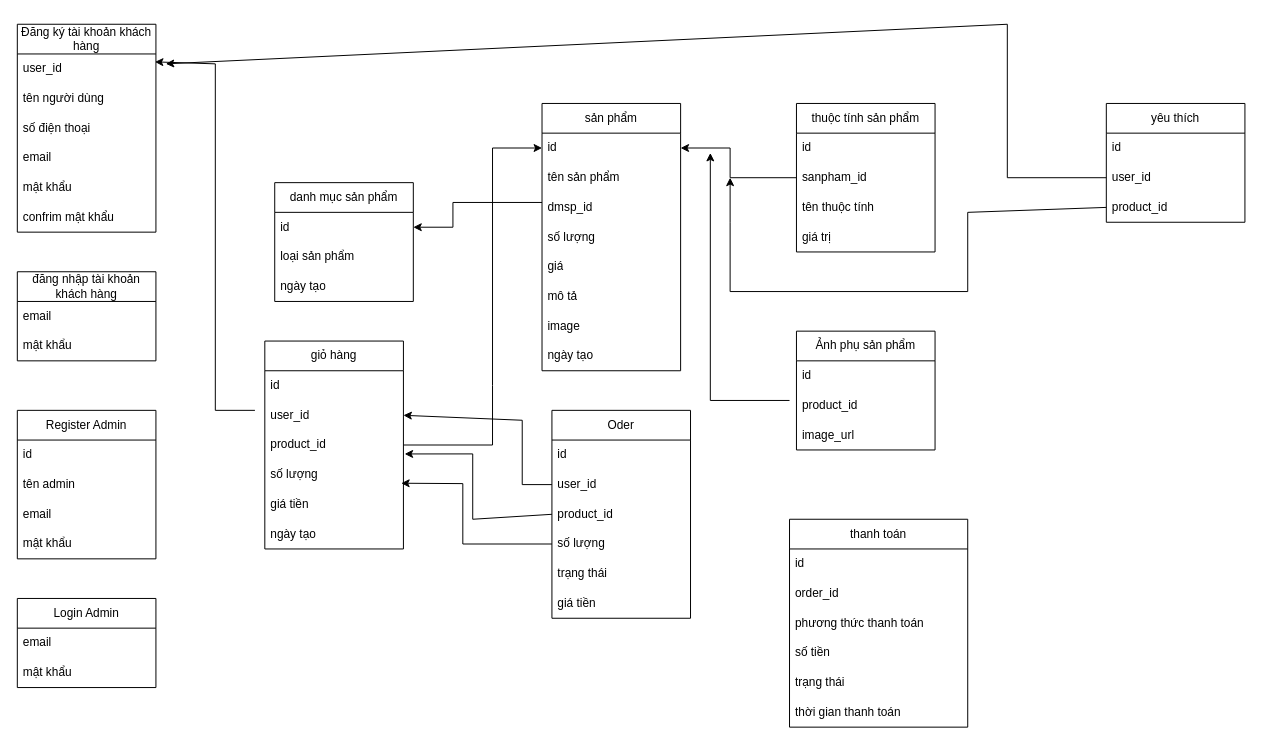
vuongnd03/black-had keeps this draw.io diagram as CsdlMobile_ecommerce.drawio. Above is the earlier version. Source tidied: cells renumbered, new cells numbered last; positions are measured from the earlier drawing's top-left corner, leaving out a move shared by most shapes. Both pictures are drawn from the tidied source at 99%, with x=0, y=0 at pixel (17, 24).
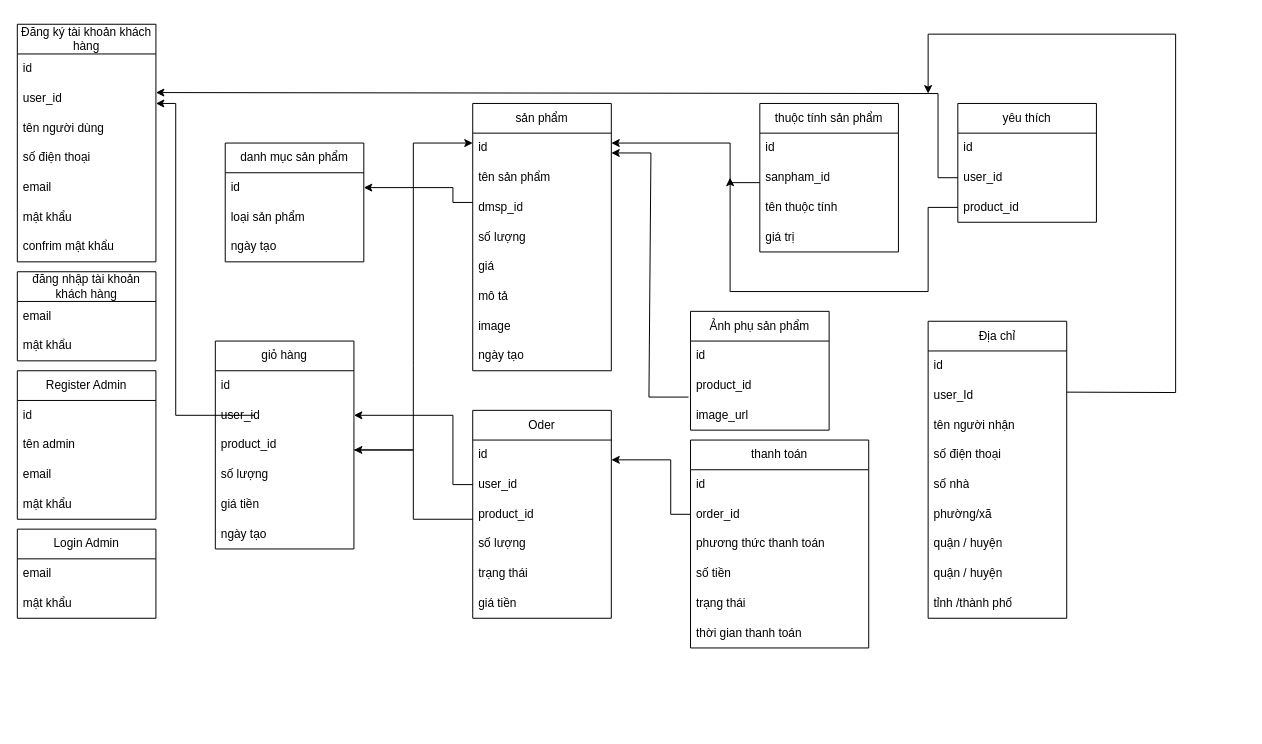
Above is the later version.

Commit message:
Cập nhật CsdlMobile_ecommerce.drawio

The change refers to these unchanged cells:
```xml
<mxCell id="18" value="id" style="text;strokeColor=none;fillColor=none;align=left;verticalAlign=middle;spacingLeft=4;spacingRight=4;overflow=hidden;points=[[0,0.5],[1,0.5]];portConstraint=eastwest;whiteSpace=wrap;html=1;" parent="17" vertex="1">
  <mxGeometry y="30" width="140" height="30" as="geometry" />
</mxCell>
<mxCell id="22" value="id" style="text;strokeColor=none;fillColor=none;align=left;verticalAlign=middle;spacingLeft=4;spacingRight=4;overflow=hidden;points=[[0,0.5],[1,0.5]];portConstraint=eastwest;whiteSpace=wrap;html=1;" parent="21" vertex="1">
  <mxGeometry y="30" width="140" height="30" as="geometry" />
</mxCell>
<mxCell id="33" value="sanpham_id" style="text;strokeColor=none;fillColor=none;align=left;verticalAlign=middle;spacingLeft=4;spacingRight=4;overflow=hidden;points=[[0,0.5],[1,0.5]];portConstraint=eastwest;whiteSpace=wrap;html=1;" parent="31" vertex="1">
  <mxGeometry y="60" width="140" height="30" as="geometry" />
</mxCell>
<mxCell id="39" value="user_id" style="text;strokeColor=none;fillColor=none;align=left;verticalAlign=middle;spacingLeft=4;spacingRight=4;overflow=hidden;points=[[0,0.5],[1,0.5]];portConstraint=eastwest;whiteSpace=wrap;html=1;" parent="37" vertex="1">
  <mxGeometry y="60" width="140" height="30" as="geometry" />
</mxCell>
<mxCell id="40" value="product_id" style="text;strokeColor=none;fillColor=none;align=left;verticalAlign=middle;spacingLeft=4;spacingRight=4;overflow=hidden;points=[[0,0.5],[1,0.5]];portConstraint=eastwest;whiteSpace=wrap;html=1;" parent="37" vertex="1">
  <mxGeometry y="90" width="140" height="30" as="geometry" />
</mxCell>
<mxCell id="41" value="số lượng" style="text;strokeColor=none;fillColor=none;align=left;verticalAlign=middle;spacingLeft=4;spacingRight=4;overflow=hidden;points=[[0,0.5],[1,0.5]];portConstraint=eastwest;whiteSpace=wrap;html=1;" parent="37" vertex="1">
  <mxGeometry y="120" width="140" height="30" as="geometry" />
</mxCell>
<mxCell id="48" value="user_id" style="text;strokeColor=none;fillColor=none;align=left;verticalAlign=middle;spacingLeft=4;spacingRight=4;overflow=hidden;points=[[0,0.5],[1,0.5]];portConstraint=eastwest;whiteSpace=wrap;html=1;" parent="46" vertex="1">
  <mxGeometry y="60" width="140" height="30" as="geometry" />
</mxCell>
<mxCell id="49" value="product_id" style="text;strokeColor=none;fillColor=none;align=left;verticalAlign=middle;spacingLeft=4;spacingRight=4;overflow=hidden;points=[[0,0.5],[1,0.5]];portConstraint=eastwest;whiteSpace=wrap;html=1;" parent="46" vertex="1">
  <mxGeometry y="90" width="140" height="30" as="geometry" />
</mxCell>
<mxCell id="50" value="số lượng" style="text;strokeColor=none;fillColor=none;align=left;verticalAlign=middle;spacingLeft=4;spacingRight=4;overflow=hidden;points=[[0,0.5],[1,0.5]];portConstraint=eastwest;whiteSpace=wrap;html=1;" parent="46" vertex="1">
  <mxGeometry y="120" width="140" height="30" as="geometry" />
</mxCell>
<mxCell id="58" value="user_id" style="text;strokeColor=none;fillColor=none;align=left;verticalAlign=middle;spacingLeft=4;spacingRight=4;overflow=hidden;points=[[0,0.5],[1,0.5]];portConstraint=eastwest;whiteSpace=wrap;html=1;" parent="56" vertex="1">
  <mxGeometry y="60" width="140" height="30" as="geometry" />
</mxCell>
<mxCell id="59" value="product_id" style="text;strokeColor=none;fillColor=none;align=left;verticalAlign=middle;spacingLeft=4;spacingRight=4;overflow=hidden;points=[[0,0.5],[1,0.5]];portConstraint=eastwest;whiteSpace=wrap;html=1;" parent="56" vertex="1">
  <mxGeometry y="90" width="140" height="30" as="geometry" />
</mxCell>
<mxCell id="64" value="order_id" style="text;strokeColor=none;fillColor=none;align=left;verticalAlign=middle;spacingLeft=4;spacingRight=4;overflow=hidden;points=[[0,0.5],[1,0.5]];portConstraint=eastwest;whiteSpace=wrap;html=1;" parent="62" vertex="1">
  <mxGeometry y="60" width="180" height="30" as="geometry" />
</mxCell>
```

Change to the diagram source:
```diff
@@
     <mxCell id="2" value="Đăng ký tài khoản khách hàng" style="swimlane;fontStyle=0;horizontal=1;startSize=30;whiteSpace=wrap;html=1;" parent="1" vertex="1">
-      <mxGeometry width="140" height="210" as="geometry" />
+      <mxGeometry width="140" height="240" as="geometry" />
     </mxCell>
-    <mxCell id="3" value="user_id" style="text;strokeColor=none;fillColor=none;align=left;verticalAlign=middle;spacingLeft=4;spacingRight=4;overflow=hidden;points=[[0,0.5],[1,0.5]];portConstraint=eastwest;whiteSpace=wrap;html=1;" parent="2" vertex="1">
+    <mxCell id="3" value="id" style="text;strokeColor=none;fillColor=none;align=left;verticalAlign=middle;spacingLeft=4;spacingRight=4;overflow=hidden;points=[[0,0.5],[1,0.5]];portConstraint=eastwest;whiteSpace=wrap;html=1;" parent="2" vertex="1">
       <mxGeometry y="30" width="140" height="30" as="geometry" />
     </mxCell>
+    <mxCell id="77" value="user_id" style="text;strokeColor=none;fillColor=none;align=left;verticalAlign=middle;spacingLeft=4;spacingRight=4;overflow=hidden;whiteSpace=wrap;html=1;" parent="2" vertex="1">
+      <mxGeometry y="60" width="140" height="30" as="geometry" />
+    </mxCell>
     <mxCell id="4" value="tên người dùng" style="text;strokeColor=none;fillColor=none;align=left;verticalAlign=middle;spacingLeft=4;spacingRight=4;overflow=hidden;whiteSpace=wrap;html=1;" parent="2" vertex="1">
-      <mxGeometry y="60" width="140" height="30" as="geometry" />
+      <mxGeometry y="90" width="140" height="30" as="geometry" />
     </mxCell>
     <mxCell id="5" value="số điện thoại" style="text;strokeColor=none;fillColor=none;align=left;verticalAlign=middle;spacingLeft=4;spacingRight=4;overflow=hidden;whiteSpace=wrap;html=1;" parent="2" vertex="1">
-      <mxGeometry y="90" width="140" height="30" as="geometry" />
+      <mxGeometry y="120" width="140" height="30" as="geometry" />
     </mxCell>
     <mxCell id="6" value="email" style="text;strokeColor=none;fillColor=none;align=left;verticalAlign=middle;spacingLeft=4;spacingRight=4;overflow=hidden;whiteSpace=wrap;html=1;" parent="2" vertex="1">
-      <mxGeometry y="120" width="140" height="30" as="geometry" />
+      <mxGeometry y="150" width="140" height="30" as="geometry" />
     </mxCell>
     <mxCell id="7" value="mật khẩu" style="text;strokeColor=none;fillColor=none;align=left;verticalAlign=middle;spacingLeft=4;spacingRight=4;overflow=hidden;whiteSpace=wrap;html=1;" parent="2" vertex="1">
-      <mxGeometry y="150" width="140" height="30" as="geometry" />
+      <mxGeometry y="180" width="140" height="30" as="geometry" />
     </mxCell>
     <mxCell id="8" value="confrim mật khẩu" style="text;strokeColor=none;fillColor=none;align=left;verticalAlign=middle;spacingLeft=4;spacingRight=4;overflow=hidden;whiteSpace=wrap;html=1;" parent="2" vertex="1">
-      <mxGeometry y="180" width="140" height="30" as="geometry" />
+      <mxGeometry y="210" width="140" height="30" as="geometry" />
     </mxCell>
@@
     <mxCell id="12" value="Register Admin" style="swimlane;fontStyle=0;horizontal=1;startSize=30;whiteSpace=wrap;html=1;" parent="1" vertex="1">
-      <mxGeometry y="390" width="140" height="150" as="geometry" />
+      <mxGeometry y="350" width="140" height="150" as="geometry" />
     </mxCell>
@@
     <mxCell id="17" value="danh mục sản phẩm" style="swimlane;fontStyle=0;horizontal=1;startSize=30;whiteSpace=wrap;html=1;" parent="1" vertex="1">
-      <mxGeometry x="260" y="160" width="140" height="120" as="geometry" />
+      <mxGeometry x="210" y="120" width="140" height="120" as="geometry" />
     </mxCell>
@@
     <mxCell id="21" value="sản phẩm" style="swimlane;fontStyle=0;horizontal=1;startSize=30;whiteSpace=wrap;html=1;" parent="1" vertex="1">
-      <mxGeometry x="530" y="80" width="140" height="270" as="geometry" />
+      <mxGeometry x="460" y="80" width="140" height="270" as="geometry" />
     </mxCell>
@@
-    <mxCell id="30" style="endArrow=classic;html=1;rounded=0;exitX=0;exitY=0.5;exitDx=0;exitDy=0;entryX=1;entryY=0.5;entryDx=0;entryDy=0;" parent="1" edge="1" target="18">
+    <mxCell id="30" style="endArrow=classic;html=1;rounded=0;entryX=1;entryY=0.5;entryDx=0;entryDy=0;" parent="1" edge="1" target="18">
       <mxGeometry relative="1" as="geometry">
-        <mxPoint x="530" y="180" as="sourcePoint" />
+        <mxPoint x="460" y="180" as="sourcePoint" />
         <Array as="points">
           <mxPoint x="440" y="180" />
-          <mxPoint x="440" y="205" />
+          <mxPoint x="440" y="165" />
         </Array>
       </mxGeometry>
     </mxCell>
     <mxCell id="31" value="thuộc tính sản phẩm" style="swimlane;fontStyle=0;horizontal=1;startSize=30;whiteSpace=wrap;html=1;" parent="1" vertex="1">
-      <mxGeometry x="787" y="80" width="140" height="150" as="geometry" />
+      <mxGeometry x="750" y="80" width="140" height="150" as="geometry" />
     </mxCell>
@@
-    <mxCell id="36" style="endArrow=classic;html=1;rounded=0;exitX=0;exitY=0.5;exitDx=0;exitDy=0;entryX=1;entryY=0.5;entryDx=0;entryDy=0;" parent="1" edge="1" source="33" target="22">
+    <mxCell id="36" style="endArrow=classic;html=1;rounded=0;entryX=1;entryY=0.5;entryDx=0;entryDy=0;" parent="1" edge="1">
       <mxGeometry relative="1" as="geometry">
+        <mxPoint x="750" y="160" as="sourcePoint" />
+        <mxPoint x="600" y="120" as="targetPoint" />
         <Array as="points">
-          <mxPoint x="720" y="155" />
-          <mxPoint x="720" y="125" />
+          <mxPoint x="720" y="160" />
+          <mxPoint x="720" y="120" />
         </Array>
       </mxGeometry>
     </mxCell>
     <mxCell id="37" value="giỏ hàng" style="swimlane;fontStyle=0;horizontal=1;startSize=30;whiteSpace=wrap;html=1;" parent="1" vertex="1">
-      <mxGeometry x="250" y="320" width="140" height="210" as="geometry" />
+      <mxGeometry x="200" y="320" width="140" height="210" as="geometry" />
     </mxCell>
@@
-    <mxCell id="44" style="endArrow=classic;html=1;rounded=0;exitX=1;exitY=0.5;exitDx=0;exitDy=0;entryX=0;entryY=0.5;entryDx=0;entryDy=0;" parent="1" edge="1" source="40" target="22">
-      <mxGeometry relative="1" as="geometry">
-        <Array as="points">
-          <mxPoint x="480" y="425" />
-          <mxPoint x="480" y="365" />
-          <mxPoint x="480" y="125" />
-        </Array>
-      </mxGeometry>
-    </mxCell>
-    <mxCell id="45" style="endArrow=classic;html=1;rounded=0;entryX=0.993;entryY=0.267;entryDx=0;entryDy=0;entryPerimeter=0;" parent="1" edge="1" target="3">
+    <mxCell id="45" style="endArrow=classic;html=1;rounded=0;entryX=1;entryY=0.5;entryDx=0;entryDy=0;" parent="1" edge="1">
       <mxGeometry relative="1" as="geometry">
-        <mxPoint x="240" y="390" as="sourcePoint" />
+        <mxPoint x="240" y="395" as="sourcePoint" />
+        <mxPoint x="140" y="80" as="targetPoint" />
         <Array as="points">
-          <mxPoint x="200" y="390" />
-          <mxPoint x="200" y="40" />
+          <mxPoint x="160" y="395" />
+          <mxPoint x="160" y="80" />
         </Array>
       </mxGeometry>
     </mxCell>
     <mxCell id="46" value="Oder" style="swimlane;fontStyle=0;horizontal=1;startSize=30;whiteSpace=wrap;html=1;" parent="1" vertex="1">
-      <mxGeometry x="540" y="390" width="140" height="210" as="geometry" />
+      <mxGeometry x="460" y="390" width="140" height="210" as="geometry" />
     </mxCell>
@@
+    <mxCell id="78" style="endArrow=classic;html=1;rounded=0;exitX=0;exitY=0.5;exitDx=0;exitDy=0;" parent="46" edge="1" source="64">
+      <mxGeometry relative="1" as="geometry">
+        <mxPoint x="140" y="50" as="targetPoint" />
+        <Array as="points">
+          <mxPoint x="200" y="105" />
+          <mxPoint x="200" y="50" />
+        </Array>
+      </mxGeometry>
+    </mxCell>
@@
     <mxCell id="53" style="endArrow=classic;html=1;rounded=0;exitX=0;exitY=0.5;exitDx=0;exitDy=0;entryX=1;entryY=0.5;entryDx=0;entryDy=0;" parent="1" edge="1" source="48" target="39">
       <mxGeometry relative="1" as="geometry">
         <Array as="points">
-          <mxPoint x="510" y="465" />
-          <mxPoint x="510" y="400" />
+          <mxPoint x="440" y="465" />
+          <mxPoint x="440" y="395" />
         </Array>
       </mxGeometry>
     </mxCell>
-    <mxCell id="54" style="endArrow=classic;html=1;rounded=0;exitX=0;exitY=0.5;exitDx=0;exitDy=0;entryX=1.009;entryY=0.801;entryDx=0;entryDy=0;entryPerimeter=0;" parent="1" edge="1" source="49" target="40">
+    <mxCell id="54" style="endArrow=classic;html=1;rounded=0;entryX=1.009;entryY=0.801;entryDx=0;entryDy=0;entryPerimeter=0;" parent="1" edge="1">
       <mxGeometry relative="1" as="geometry">
+        <mxPoint x="460" y="500" as="sourcePoint" />
+        <mxPoint x="340" y="430" as="targetPoint" />
         <Array as="points">
-          <mxPoint x="460" y="500" />
-          <mxPoint x="460" y="434" />
+          <mxPoint x="400" y="500" />
+          <mxPoint x="400" y="430" />
         </Array>
       </mxGeometry>
     </mxCell>
-    <mxCell id="55" style="endArrow=classic;html=1;rounded=0;exitX=0;exitY=0.5;exitDx=0;exitDy=0;entryX=0.984;entryY=0.787;entryDx=0;entryDy=0;entryPerimeter=0;" parent="1" edge="1" source="50" target="41">
-      <mxGeometry relative="1" as="geometry">
-        <Array as="points">
-          <mxPoint x="450" y="525" />
-          <mxPoint x="450" y="464" />
-        </Array>
-      </mxGeometry>
-    </mxCell>
     <mxCell id="56" value="yêu thích" style="swimlane;fontStyle=0;horizontal=1;startSize=30;whiteSpace=wrap;html=1;" parent="1" vertex="1">
-      <mxGeometry x="1100" y="80" width="140" height="120" as="geometry" />
+      <mxGeometry x="950" y="80" width="140" height="120" as="geometry" />
     </mxCell>
@@
-    <mxCell id="60" style="endArrow=classic;html=1;rounded=0;exitX=0;exitY=0.5;exitDx=0;exitDy=0;" parent="1" edge="1" source="58">
+    <mxCell id="60" style="endArrow=classic;html=1;rounded=0;entryX=0.986;entryY=0.3;entryDx=0;entryDy=0;entryPerimeter=0;" parent="1" edge="1">
       <mxGeometry relative="1" as="geometry">
-        <mxPoint x="150" y="40" as="targetPoint" />
+        <mxPoint x="950" y="155" as="sourcePoint" />
+        <mxPoint x="140" y="69" as="targetPoint" />
         <Array as="points">
-          <mxPoint x="1000" y="155" />
-          <mxPoint x="1000" />
+          <mxPoint x="930" y="155" />
+          <mxPoint x="930" y="70" />
         </Array>
       </mxGeometry>
     </mxCell>
     <mxCell id="61" style="endArrow=classic;html=1;rounded=0;exitX=0;exitY=0.5;exitDx=0;exitDy=0;" parent="1" edge="1" source="59">
       <mxGeometry relative="1" as="geometry">
         <mxPoint x="720" y="155" as="targetPoint" />
         <Array as="points">
-          <mxPoint x="960" y="190" />
-          <mxPoint x="960" y="270" />
+          <mxPoint x="920" y="185" />
+          <mxPoint x="920" y="270" />
           <mxPoint x="720" y="270" />
           <mxPoint x="720" y="200" />
         </Array>
       </mxGeometry>
     </mxCell>
     <mxCell id="62" value="thanh toán" style="swimlane;fontStyle=0;horizontal=1;startSize=30;whiteSpace=wrap;html=1;" parent="1" vertex="1">
-      <mxGeometry x="780" y="500" width="180" height="210" as="geometry" />
+      <mxGeometry x="680" y="420" width="180" height="210" as="geometry" />
     </mxCell>
@@
     <mxCell id="69" value="Login Admin" style="swimlane;fontStyle=0;horizontal=1;startSize=30;whiteSpace=wrap;html=1;" parent="1" vertex="1">
-      <mxGeometry y="580" width="140" height="90" as="geometry" />
+      <mxGeometry y="510" width="140" height="90" as="geometry" />
     </mxCell>
@@
     <mxCell id="72" value="Ảnh phụ sản phẩm" style="swimlane;fontStyle=0;horizontal=1;startSize=30;whiteSpace=wrap;html=1;" parent="1" vertex="1">
-      <mxGeometry x="787" y="310" width="140" height="120" as="geometry" />
+      <mxGeometry x="680" y="290" width="140" height="120" as="geometry" />
     </mxCell>
@@
-    <mxCell id="76" style="endArrow=classic;html=1;rounded=0;" parent="1" edge="1">
+    <mxCell id="76" style="endArrow=classic;html=1;rounded=0;exitX=0;exitY=0.5;exitDx=0;exitDy=0;entryX=1.014;entryY=0.614;entryDx=0;entryDy=0;entryPerimeter=0;" parent="1" edge="1">
       <mxGeometry relative="1" as="geometry">
-        <mxPoint x="780" y="380" as="sourcePoint" />
-        <mxPoint x="700" y="130" as="targetPoint" />
+        <mxPoint x="678" y="376.6" as="sourcePoint" />
+        <mxPoint x="600" y="130" as="targetPoint" />
         <Array as="points">
-          <mxPoint x="700" y="380" />
+          <mxPoint x="638" y="376.6" />
+          <mxPoint x="640" y="130" />
         </Array>
       </mxGeometry>
     </mxCell>
+    <mxCell id="79" value="Địa chỉ" style="swimlane;fontStyle=0;horizontal=1;startSize=30;whiteSpace=wrap;html=1;" parent="1" vertex="1">
+      <mxGeometry x="920" y="300" width="140" height="300" as="geometry" />
+    </mxCell>
+    <mxCell id="80" value="id" style="text;strokeColor=none;fillColor=none;align=left;verticalAlign=middle;spacingLeft=4;spacingRight=4;overflow=hidden;whiteSpace=wrap;html=1;" parent="79" vertex="1">
+      <mxGeometry y="30" width="140" height="30" as="geometry" />
+    </mxCell>
+    <mxCell id="81" value="user_Id" style="text;strokeColor=none;fillColor=none;align=left;verticalAlign=middle;spacingLeft=4;spacingRight=4;overflow=hidden;whiteSpace=wrap;html=1;" parent="79" vertex="1">
+      <mxGeometry y="60" width="140" height="30" as="geometry" />
+    </mxCell>
+    <mxCell id="82" value="tên người nhận" style="text;strokeColor=none;fillColor=none;align=left;verticalAlign=middle;spacingLeft=4;spacingRight=4;overflow=hidden;whiteSpace=wrap;html=1;" parent="79" vertex="1">
+      <mxGeometry y="90" width="140" height="30" as="geometry" />
+    </mxCell>
+    <mxCell id="83" value="số điện thoại" style="text;strokeColor=none;fillColor=none;align=left;verticalAlign=middle;spacingLeft=4;spacingRight=4;overflow=hidden;whiteSpace=wrap;html=1;" parent="79" vertex="1">
+      <mxGeometry y="120" width="140" height="30" as="geometry" />
+    </mxCell>
+    <mxCell id="84" value="số nhà" style="text;strokeColor=none;fillColor=none;align=left;verticalAlign=middle;spacingLeft=4;spacingRight=4;overflow=hidden;whiteSpace=wrap;html=1;" parent="79" vertex="1">
+      <mxGeometry y="150" width="140" height="30" as="geometry" />
+    </mxCell>
+    <mxCell id="85" value="phường/xã" style="text;strokeColor=none;fillColor=none;align=left;verticalAlign=middle;spacingLeft=4;spacingRight=4;overflow=hidden;whiteSpace=wrap;html=1;" parent="79" vertex="1">
+      <mxGeometry y="180" width="140" height="30" as="geometry" />
+    </mxCell>
+    <mxCell id="86" value="quận / huyện" style="text;strokeColor=none;fillColor=none;align=left;verticalAlign=middle;spacingLeft=4;spacingRight=4;overflow=hidden;whiteSpace=wrap;html=1;" parent="79" vertex="1">
+      <mxGeometry y="210" width="140" height="30" as="geometry" />
+    </mxCell>
+    <mxCell id="87" value="quận / huyện" style="text;strokeColor=none;fillColor=none;align=left;verticalAlign=middle;spacingLeft=4;spacingRight=4;overflow=hidden;whiteSpace=wrap;html=1;" parent="79" vertex="1">
+      <mxGeometry y="240" width="140" height="30" as="geometry" />
+    </mxCell>
+    <mxCell id="88" value="tỉnh /thành phố" style="text;strokeColor=none;fillColor=none;align=left;verticalAlign=middle;spacingLeft=4;spacingRight=4;overflow=hidden;whiteSpace=wrap;html=1;" parent="79" vertex="1">
+      <mxGeometry y="270" width="140" height="30" as="geometry" />
+    </mxCell>
+    <mxCell id="44" style="endArrow=classic;html=1;rounded=0;exitX=1;exitY=0.5;exitDx=0;exitDy=0;entryX=0;entryY=0.5;entryDx=0;entryDy=0;" parent="1" edge="1">
+      <mxGeometry relative="1" as="geometry">
+        <mxPoint x="340" y="430" as="sourcePoint" />
+        <mxPoint x="460" y="120" as="targetPoint" />
+        <Array as="points">
+          <mxPoint x="400" y="430" />
+          <mxPoint x="400" y="345" />
+          <mxPoint x="400" y="120" />
+        </Array>
+      </mxGeometry>
+    </mxCell>
+    <mxCell id="89" style="endArrow=classic;html=1;rounded=0;exitX=1.001;exitY=1.052;exitDx=0;exitDy=0;exitPerimeter=0;" parent="1" edge="1">
+      <mxGeometry relative="1" as="geometry">
+        <mxPoint x="1060.1" y="371.6" as="sourcePoint" />
+        <mxPoint x="920" y="70" as="targetPoint" />
+        <Array as="points">
+          <mxPoint x="1170" y="372" />
+          <mxPoint x="1170" y="10" />
+          <mxPoint x="920" y="10" />
+        </Array>
+      </mxGeometry>
+    </mxCell>
```
